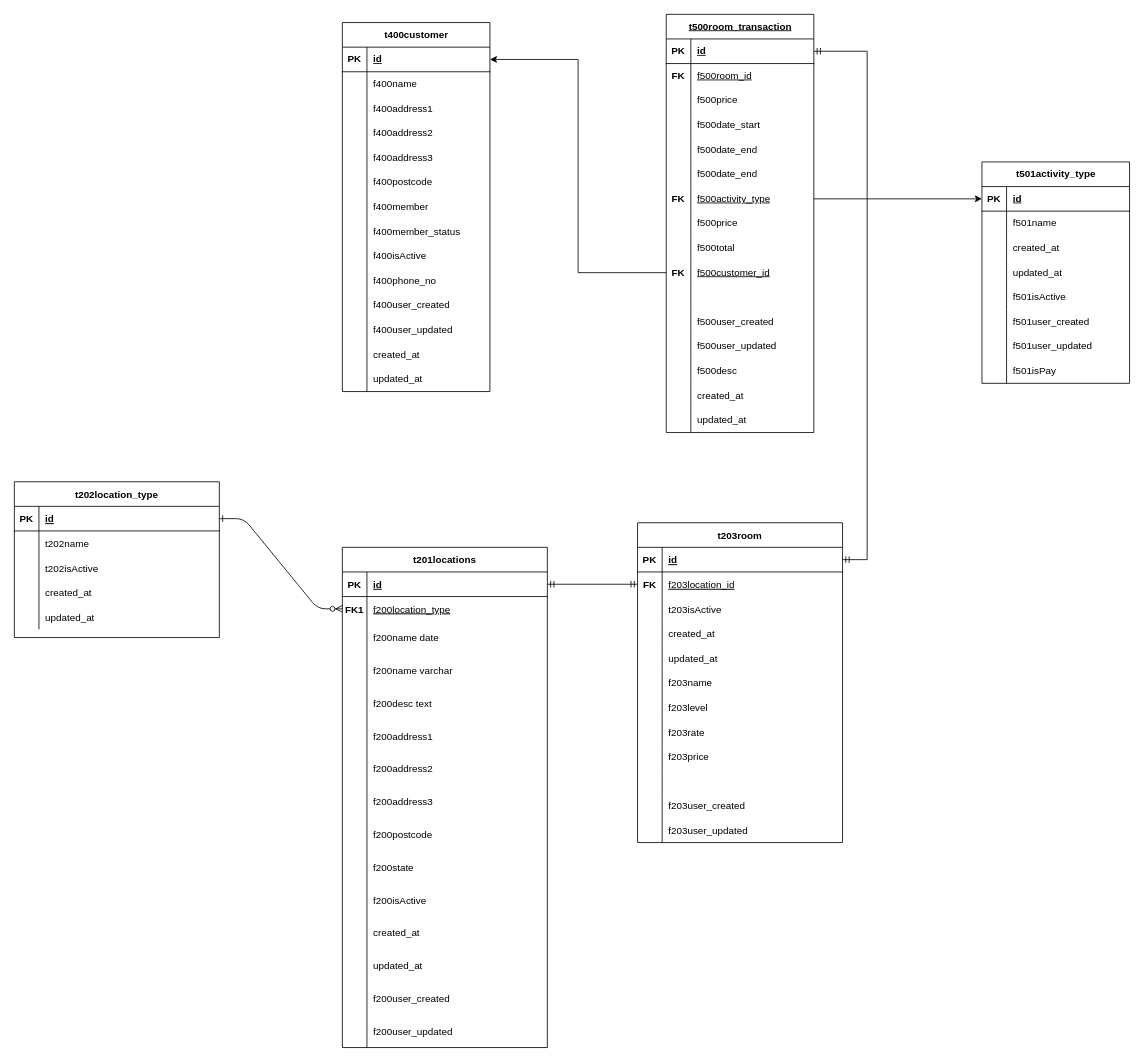
The draw.io diagram page "Rental Activity" (1 of 3) of rentall_app.drawio in harishaikal940322/diagram, before the edit. Source tidied: cells renumbered, new cells numbered last; positions are measured from the earlier drawing's top-left corner, leaving out a move shared by most shapes. Both pictures are drawn from the tidied source at 82%, with x=0, y=0 at pixel (14, 14).
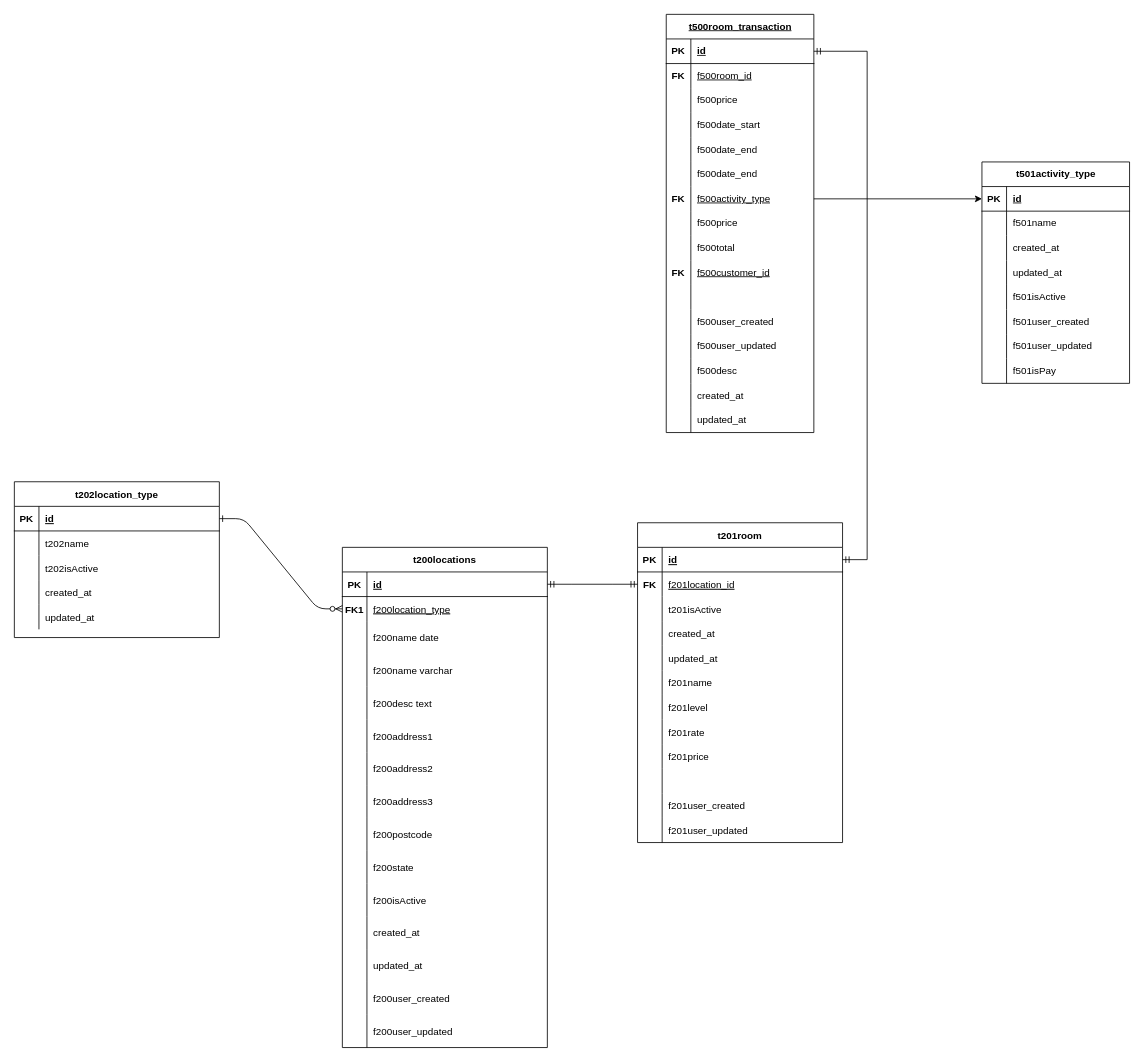
The same diagram, later.

Unchanged cells that the change refers to:
```xml
<mxCell id="69" style="shape=partialRectangle;fillColor=none;points=[[0,0.5],[1,0.5]];portConstraint=eastwest;top=0;left=0;right=0;bottom=0;" parent="65" vertex="1">
  <mxGeometry y="60" width="250" height="30" as="geometry" />
</mxCell>
<mxCell id="72" style="shape=partialRectangle;fillColor=none;top=0;left=0;right=0;bottom=0;" parent="65" vertex="1">
  <mxGeometry y="90" width="250" height="30" as="geometry" />
</mxCell>
<mxCell id="81" style="shape=partialRectangle;fillColor=none;top=0;left=0;right=0;bottom=0;" parent="65" vertex="1">
  <mxGeometry y="180" width="250" height="30" as="geometry" />
</mxCell>
<mxCell id="84" style="shape=partialRectangle;fillColor=none;top=0;left=0;right=0;bottom=0;" parent="65" vertex="1">
  <mxGeometry y="210" width="250" height="30" as="geometry" />
</mxCell>
<mxCell id="87" style="shape=partialRectangle;fillColor=none;top=0;left=0;right=0;bottom=0;" parent="65" vertex="1">
  <mxGeometry y="240" width="250" height="30" as="geometry" />
</mxCell>
<mxCell id="90" style="shape=partialRectangle;fillColor=none;top=0;left=0;right=0;bottom=0;" parent="65" vertex="1">
  <mxGeometry y="270" width="250" height="30" as="geometry" />
</mxCell>
<mxCell id="96" style="shape=partialRectangle;fillColor=none;top=0;left=0;right=0;bottom=0;" parent="65" vertex="1">
  <mxGeometry y="330" width="250" height="30" as="geometry" />
</mxCell>
<mxCell id="99" style="shape=partialRectangle;fillColor=none;top=0;left=0;right=0;bottom=0;" parent="65" vertex="1">
  <mxGeometry y="360" width="250" height="30" as="geometry" />
</mxCell>
<mxCell id="130" style="shape=tableRow;horizontal=0;startSize=0;swimlaneHead=0;swimlaneBody=0;fillColor=none;points=[[0,0.5],[1,0.5]];portConstraint=eastwest;top=0;left=0;right=0;bottom=0;" parent="102" vertex="1">
  <mxGeometry y="300" width="180" height="30" as="geometry" />
</mxCell>
```

The edit, as a diff of the source:
```diff
@@
-    <mxCell id="3" value="t201locations" style="shape=table;startSize=30;childLayout=tableLayout;rowLines=0;fontStyle=1;align=center;" parent="1" vertex="1">
+    <mxCell id="3" value="t200locations" style="shape=table;startSize=30;childLayout=tableLayout;rowLines=0;fontStyle=1;align=center;" parent="1" vertex="1">
       <mxGeometry x="400" y="650" width="250" height="610" as="geometry" />
     </mxCell>
@@
-    <mxCell id="65" value="t203room" style="shape=table;startSize=30;childLayout=tableLayout;rowLines=0;fontStyle=1;align=center;" parent="1" vertex="1">
+    <mxCell id="65" value="t201room" style="shape=table;startSize=30;childLayout=tableLayout;rowLines=0;fontStyle=1;align=center;" parent="1" vertex="1">
       <mxGeometry x="760" y="620" width="250" height="390" as="geometry" />
     </mxCell>
@@
-    <mxCell id="71" value="f203location_id" style="shape=partialRectangle;overflow=hidden;fillColor=none;top=0;left=0;bottom=0;right=0;align=left;spacingLeft=6;fontStyle=4;" parent="69" vertex="1">
+    <mxCell id="71" value="f201location_id" style="shape=partialRectangle;overflow=hidden;fillColor=none;top=0;left=0;bottom=0;right=0;align=left;spacingLeft=6;fontStyle=4;" parent="69" vertex="1">
       <mxGeometry x="30" width="220" height="30" as="geometry" />
     </mxCell>
@@
-    <mxCell id="74" value="t203isActive" style="shape=partialRectangle;overflow=hidden;fillColor=none;top=0;left=0;bottom=0;right=0;align=left;spacingLeft=6;" parent="72" vertex="1">
+    <mxCell id="74" value="t201isActive" style="shape=partialRectangle;overflow=hidden;fillColor=none;top=0;left=0;bottom=0;right=0;align=left;spacingLeft=6;" parent="72" vertex="1">
       <mxGeometry x="30" width="220" height="30" as="geometry" />
     </mxCell>
@@
-    <mxCell id="83" value="f203name" style="shape=partialRectangle;overflow=hidden;fillColor=none;top=0;left=0;bottom=0;right=0;align=left;spacingLeft=6;" parent="81" vertex="1">
+    <mxCell id="83" value="f201name" style="shape=partialRectangle;overflow=hidden;fillColor=none;top=0;left=0;bottom=0;right=0;align=left;spacingLeft=6;" parent="81" vertex="1">
       <mxGeometry x="30" width="220" height="30" as="geometry" />
     </mxCell>
@@
-    <mxCell id="86" value="f203level" style="shape=partialRectangle;overflow=hidden;fillColor=none;top=0;left=0;bottom=0;right=0;align=left;spacingLeft=6;" parent="84" vertex="1">
+    <mxCell id="86" value="f201level" style="shape=partialRectangle;overflow=hidden;fillColor=none;top=0;left=0;bottom=0;right=0;align=left;spacingLeft=6;" parent="84" vertex="1">
       <mxGeometry x="30" width="220" height="30" as="geometry" />
     </mxCell>
@@
-    <mxCell id="89" value="f203rate" style="shape=partialRectangle;overflow=hidden;fillColor=none;top=0;left=0;bottom=0;right=0;align=left;spacingLeft=6;" parent="87" vertex="1">
+    <mxCell id="89" value="f201rate" style="shape=partialRectangle;overflow=hidden;fillColor=none;top=0;left=0;bottom=0;right=0;align=left;spacingLeft=6;" parent="87" vertex="1">
       <mxGeometry x="30" width="220" height="30" as="geometry" />
     </mxCell>
@@
-    <mxCell id="92" value="f203price" style="shape=partialRectangle;overflow=hidden;fillColor=none;top=0;left=0;bottom=0;right=0;align=left;spacingLeft=6;" parent="90" vertex="1">
+    <mxCell id="92" value="f201price" style="shape=partialRectangle;overflow=hidden;fillColor=none;top=0;left=0;bottom=0;right=0;align=left;spacingLeft=6;" parent="90" vertex="1">
       <mxGeometry x="30" width="220" height="30" as="geometry" />
     </mxCell>
@@
-    <mxCell id="98" value="f203user_created" style="shape=partialRectangle;overflow=hidden;fillColor=none;top=0;left=0;bottom=0;right=0;align=left;spacingLeft=6;fontStyle=0;" parent="96" vertex="1">
+    <mxCell id="98" value="f201user_created" style="shape=partialRectangle;overflow=hidden;fillColor=none;top=0;left=0;bottom=0;right=0;align=left;spacingLeft=6;fontStyle=0;" parent="96" vertex="1">
       <mxGeometry x="30" width="220" height="30" as="geometry" />
     </mxCell>
@@
-    <mxCell id="101" value="f203user_updated" style="shape=partialRectangle;overflow=hidden;fillColor=none;top=0;left=0;bottom=0;right=0;align=left;spacingLeft=6;fontStyle=0;" parent="99" vertex="1">
+    <mxCell id="101" value="f201user_updated" style="shape=partialRectangle;overflow=hidden;fillColor=none;top=0;left=0;bottom=0;right=0;align=left;spacingLeft=6;fontStyle=0;" parent="99" vertex="1">
       <mxGeometry x="30" width="220" height="30" as="geometry" />
     </mxCell>
@@
-    <mxCell id="179" value="t400customer" style="shape=table;startSize=30;childLayout=tableLayout;rowLines=0;fontStyle=1;align=center;html=1;" parent="1" vertex="1">
-      <mxGeometry x="400" y="10" width="180" height="450" as="geometry" />
-    </mxCell>
-    <mxCell id="180" style="shape=tableRow;horizontal=0;startSize=0;swimlaneHead=0;swimlaneBody=0;fillColor=none;points=[[0,0.5],[1,0.5]];portConstraint=eastwest;top=0;left=0;right=0;bottom=1;" parent="179" vertex="1">
-      <mxGeometry y="30" width="180" height="30" as="geometry" />
-    </mxCell>
-    <mxCell id="181" value="PK" style="shape=partialRectangle;fillColor=none;top=0;left=0;bottom=0;right=0;fontStyle=1;overflow=hidden;whiteSpace=wrap;html=1;" parent="180" vertex="1">
-      <mxGeometry width="30" height="30" as="geometry" />
-    </mxCell>
-    <mxCell id="182" value="id" style="shape=partialRectangle;fillColor=none;top=0;left=0;bottom=0;right=0;align=left;spacingLeft=6;fontStyle=5;overflow=hidden;whiteSpace=wrap;html=1;" parent="180" vertex="1">
-      <mxGeometry x="30" width="150" height="30" as="geometry" />
-    </mxCell>
-    <mxCell id="183" style="shape=tableRow;horizontal=0;startSize=0;swimlaneHead=0;swimlaneBody=0;fillColor=none;top=0;left=0;right=0;bottom=0;" parent="179" vertex="1">
-      <mxGeometry y="60" width="180" height="30" as="geometry" />
-    </mxCell>
-    <mxCell id="184" style="shape=partialRectangle;fillColor=none;top=0;left=0;bottom=0;right=0;overflow=hidden;whiteSpace=wrap;html=1;" parent="183" vertex="1">
-      <mxGeometry width="30" height="30" as="geometry" />
-    </mxCell>
-    <mxCell id="185" value="f400name" style="shape=partialRectangle;fillColor=none;top=0;left=0;bottom=0;right=0;align=left;spacingLeft=6;overflow=hidden;whiteSpace=wrap;html=1;" parent="183" vertex="1">
-      <mxGeometry x="30" width="150" height="30" as="geometry" />
-    </mxCell>
-    <mxCell id="186" style="shape=tableRow;horizontal=0;startSize=0;swimlaneHead=0;swimlaneBody=0;fillColor=none;top=0;left=0;right=0;bottom=0;" parent="179" vertex="1">
-      <mxGeometry y="90" width="180" height="30" as="geometry" />
-    </mxCell>
-    <mxCell id="187" style="shape=partialRectangle;fillColor=none;top=0;left=0;bottom=0;right=0;overflow=hidden;whiteSpace=wrap;html=1;" parent="186" vertex="1">
-      <mxGeometry width="30" height="30" as="geometry" />
-    </mxCell>
-    <mxCell id="188" value="f400address1" style="shape=partialRectangle;fillColor=none;top=0;left=0;bottom=0;right=0;align=left;spacingLeft=6;overflow=hidden;whiteSpace=wrap;html=1;" parent="186" vertex="1">
-      <mxGeometry x="30" width="150" height="30" as="geometry" />
-    </mxCell>
-    <mxCell id="189" style="shape=tableRow;horizontal=0;startSize=0;swimlaneHead=0;swimlaneBody=0;fillColor=none;top=0;left=0;right=0;bottom=0;" parent="179" vertex="1">
-      <mxGeometry y="120" width="180" height="30" as="geometry" />
-    </mxCell>
-    <mxCell id="190" style="shape=partialRectangle;fillColor=none;top=0;left=0;bottom=0;right=0;overflow=hidden;whiteSpace=wrap;html=1;" parent="189" vertex="1">
-      <mxGeometry width="30" height="30" as="geometry" />
-    </mxCell>
-    <mxCell id="191" value="f400address2" style="shape=partialRectangle;fillColor=none;top=0;left=0;bottom=0;right=0;align=left;spacingLeft=6;overflow=hidden;whiteSpace=wrap;html=1;" parent="189" vertex="1">
-      <mxGeometry x="30" width="150" height="30" as="geometry" />
-    </mxCell>
-    <mxCell id="192" style="shape=tableRow;horizontal=0;startSize=0;swimlaneHead=0;swimlaneBody=0;fillColor=none;top=0;left=0;right=0;bottom=0;" parent="179" vertex="1">
-      <mxGeometry y="150" width="180" height="30" as="geometry" />
-    </mxCell>
-    <mxCell id="193" style="shape=partialRectangle;fillColor=none;top=0;left=0;bottom=0;right=0;overflow=hidden;whiteSpace=wrap;html=1;" parent="192" vertex="1">
-      <mxGeometry width="30" height="30" as="geometry" />
-    </mxCell>
-    <mxCell id="194" value="f400address3" style="shape=partialRectangle;fillColor=none;top=0;left=0;bottom=0;right=0;align=left;spacingLeft=6;overflow=hidden;whiteSpace=wrap;html=1;" parent="192" vertex="1">
-      <mxGeometry x="30" width="150" height="30" as="geometry" />
-    </mxCell>
-    <mxCell id="195" style="shape=tableRow;horizontal=0;startSize=0;swimlaneHead=0;swimlaneBody=0;fillColor=none;top=0;left=0;right=0;bottom=0;" parent="179" vertex="1">
-      <mxGeometry y="180" width="180" height="30" as="geometry" />
-    </mxCell>
-    <mxCell id="196" style="shape=partialRectangle;fillColor=none;top=0;left=0;bottom=0;right=0;overflow=hidden;whiteSpace=wrap;html=1;" parent="195" vertex="1">
-      <mxGeometry width="30" height="30" as="geometry" />
-    </mxCell>
-    <mxCell id="197" value="f400postcode" style="shape=partialRectangle;fillColor=none;top=0;left=0;bottom=0;right=0;align=left;spacingLeft=6;overflow=hidden;whiteSpace=wrap;html=1;" parent="195" vertex="1">
-      <mxGeometry x="30" width="150" height="30" as="geometry" />
-    </mxCell>
-    <mxCell id="198" style="shape=tableRow;horizontal=0;startSize=0;swimlaneHead=0;swimlaneBody=0;fillColor=none;top=0;left=0;right=0;bottom=0;" parent="179" vertex="1">
-      <mxGeometry y="210" width="180" height="30" as="geometry" />
-    </mxCell>
-    <mxCell id="199" style="shape=partialRectangle;fillColor=none;top=0;left=0;bottom=0;right=0;overflow=hidden;whiteSpace=wrap;html=1;" parent="198" vertex="1">
-      <mxGeometry width="30" height="30" as="geometry" />
-    </mxCell>
-    <mxCell id="200" value="f400member" style="shape=partialRectangle;fillColor=none;top=0;left=0;bottom=0;right=0;align=left;spacingLeft=6;overflow=hidden;whiteSpace=wrap;html=1;" parent="198" vertex="1">
-      <mxGeometry x="30" width="150" height="30" as="geometry" />
-    </mxCell>
-    <mxCell id="201" style="shape=tableRow;horizontal=0;startSize=0;swimlaneHead=0;swimlaneBody=0;fillColor=none;top=0;left=0;right=0;bottom=0;" parent="179" vertex="1">
-      <mxGeometry y="240" width="180" height="30" as="geometry" />
-    </mxCell>
-    <mxCell id="202" style="shape=partialRectangle;fillColor=none;top=0;left=0;bottom=0;right=0;overflow=hidden;whiteSpace=wrap;html=1;" parent="201" vertex="1">
-      <mxGeometry width="30" height="30" as="geometry" />
-    </mxCell>
-    <mxCell id="203" value="f400member_status" style="shape=partialRectangle;fillColor=none;top=0;left=0;bottom=0;right=0;align=left;spacingLeft=6;overflow=hidden;whiteSpace=wrap;html=1;" parent="201" vertex="1">
-      <mxGeometry x="30" width="150" height="30" as="geometry" />
-    </mxCell>
-    <mxCell id="204" style="shape=tableRow;horizontal=0;startSize=0;swimlaneHead=0;swimlaneBody=0;fillColor=none;top=0;left=0;right=0;bottom=0;" parent="179" vertex="1">
-      <mxGeometry y="270" width="180" height="30" as="geometry" />
-    </mxCell>
-    <mxCell id="205" style="shape=partialRectangle;fillColor=none;top=0;left=0;bottom=0;right=0;overflow=hidden;whiteSpace=wrap;html=1;" parent="204" vertex="1">
-      <mxGeometry width="30" height="30" as="geometry" />
-    </mxCell>
-    <mxCell id="206" value="f400isActive" style="shape=partialRectangle;fillColor=none;top=0;left=0;bottom=0;right=0;align=left;spacingLeft=6;overflow=hidden;whiteSpace=wrap;html=1;" parent="204" vertex="1">
-      <mxGeometry x="30" width="150" height="30" as="geometry" />
-    </mxCell>
-    <mxCell id="207" style="shape=tableRow;horizontal=0;startSize=0;swimlaneHead=0;swimlaneBody=0;fillColor=none;top=0;left=0;right=0;bottom=0;" parent="179" vertex="1">
-      <mxGeometry y="300" width="180" height="30" as="geometry" />
-    </mxCell>
-    <mxCell id="208" style="shape=partialRectangle;fillColor=none;top=0;left=0;bottom=0;right=0;overflow=hidden;whiteSpace=wrap;html=1;" parent="207" vertex="1">
-      <mxGeometry width="30" height="30" as="geometry" />
-    </mxCell>
-    <mxCell id="209" value="f400phone_no" style="shape=partialRectangle;fillColor=none;top=0;left=0;bottom=0;right=0;align=left;spacingLeft=6;overflow=hidden;whiteSpace=wrap;html=1;" parent="207" vertex="1">
-      <mxGeometry x="30" width="150" height="30" as="geometry" />
-    </mxCell>
-    <mxCell id="210" style="shape=tableRow;horizontal=0;startSize=0;swimlaneHead=0;swimlaneBody=0;fillColor=none;top=0;left=0;right=0;bottom=0;" parent="179" vertex="1">
-      <mxGeometry y="330" width="180" height="30" as="geometry" />
-    </mxCell>
-    <mxCell id="211" style="shape=partialRectangle;fillColor=none;top=0;left=0;bottom=0;right=0;overflow=hidden;whiteSpace=wrap;html=1;" parent="210" vertex="1">
-      <mxGeometry width="30" height="30" as="geometry" />
-    </mxCell>
-    <mxCell id="212" value="f400user_created" style="shape=partialRectangle;fillColor=none;top=0;left=0;bottom=0;right=0;align=left;spacingLeft=6;overflow=hidden;whiteSpace=wrap;html=1;" parent="210" vertex="1">
-      <mxGeometry x="30" width="150" height="30" as="geometry" />
-    </mxCell>
-    <mxCell id="213" style="shape=tableRow;horizontal=0;startSize=0;swimlaneHead=0;swimlaneBody=0;fillColor=none;top=0;left=0;right=0;bottom=0;" parent="179" vertex="1">
-      <mxGeometry y="360" width="180" height="30" as="geometry" />
-    </mxCell>
-    <mxCell id="214" style="shape=partialRectangle;fillColor=none;top=0;left=0;bottom=0;right=0;overflow=hidden;whiteSpace=wrap;html=1;" parent="213" vertex="1">
-      <mxGeometry width="30" height="30" as="geometry" />
-    </mxCell>
-    <mxCell id="215" value="f400user_updated" style="shape=partialRectangle;fillColor=none;top=0;left=0;bottom=0;right=0;align=left;spacingLeft=6;overflow=hidden;whiteSpace=wrap;html=1;" parent="213" vertex="1">
-      <mxGeometry x="30" width="150" height="30" as="geometry" />
-    </mxCell>
-    <mxCell id="216" style="shape=tableRow;horizontal=0;startSize=0;swimlaneHead=0;swimlaneBody=0;fillColor=none;top=0;left=0;right=0;bottom=0;" parent="179" vertex="1">
-      <mxGeometry y="390" width="180" height="30" as="geometry" />
-    </mxCell>
-    <mxCell id="217" style="shape=partialRectangle;fillColor=none;top=0;left=0;bottom=0;right=0;overflow=hidden;whiteSpace=wrap;html=1;" parent="216" vertex="1">
-      <mxGeometry width="30" height="30" as="geometry" />
-    </mxCell>
-    <mxCell id="218" value="created_at" style="shape=partialRectangle;fillColor=none;top=0;left=0;bottom=0;right=0;align=left;spacingLeft=6;overflow=hidden;whiteSpace=wrap;html=1;" parent="216" vertex="1">
-      <mxGeometry x="30" width="150" height="30" as="geometry" />
-    </mxCell>
-    <mxCell id="219" style="shape=tableRow;horizontal=0;startSize=0;swimlaneHead=0;swimlaneBody=0;fillColor=none;top=0;left=0;right=0;bottom=0;" parent="179" vertex="1">
-      <mxGeometry y="420" width="180" height="30" as="geometry" />
-    </mxCell>
-    <mxCell id="220" style="shape=partialRectangle;fillColor=none;top=0;left=0;bottom=0;right=0;overflow=hidden;whiteSpace=wrap;html=1;" parent="219" vertex="1">
-      <mxGeometry width="30" height="30" as="geometry" />
-    </mxCell>
-    <mxCell id="221" value="updated_at" style="shape=partialRectangle;fillColor=none;top=0;left=0;bottom=0;right=0;align=left;spacingLeft=6;overflow=hidden;whiteSpace=wrap;html=1;" parent="219" vertex="1">
-      <mxGeometry x="30" width="150" height="30" as="geometry" />
-    </mxCell>
-    <mxCell id="222" style="edgeStyle=orthogonalEdgeStyle;rounded=0;jettySize=auto;html=1;exitX=0;exitY=0.5;exitDx=0;exitDy=0;" parent="1" edge="1" source="130" target="180">
-      <mxGeometry relative="1" as="geometry" />
-    </mxCell>
```
